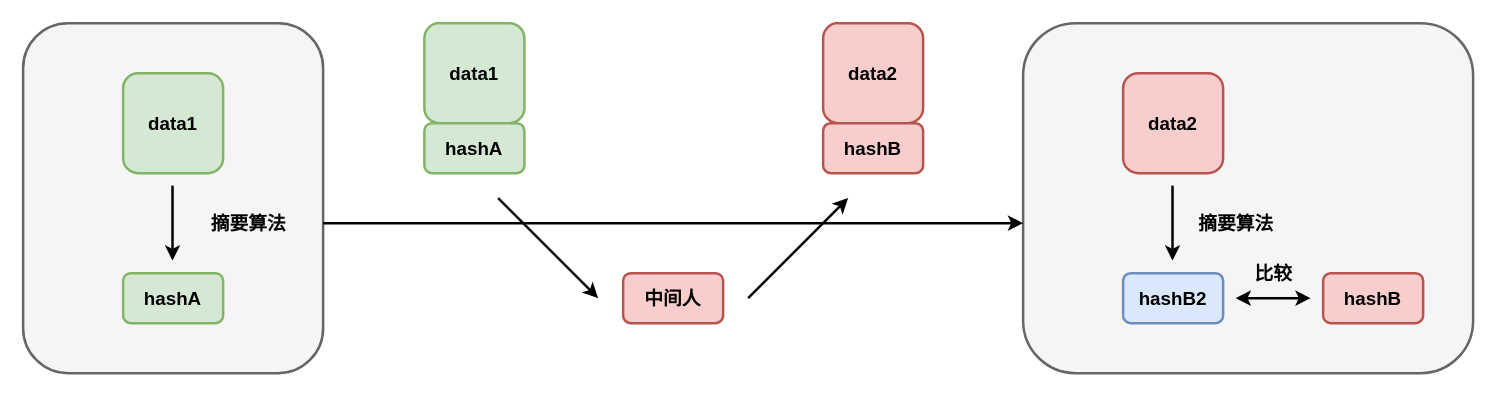
The draw.io diagram net/security-1.drawio in donscoco/diagrams, before the edit. Source tidied: cells renumbered, new cells numbered last; positions are measured from the earlier drawing's top-left corner, leaving out a move shared by most shapes. Both pictures are drawn from the tidied source at 125%, with x=0, y=0 at pixel (22, 22).
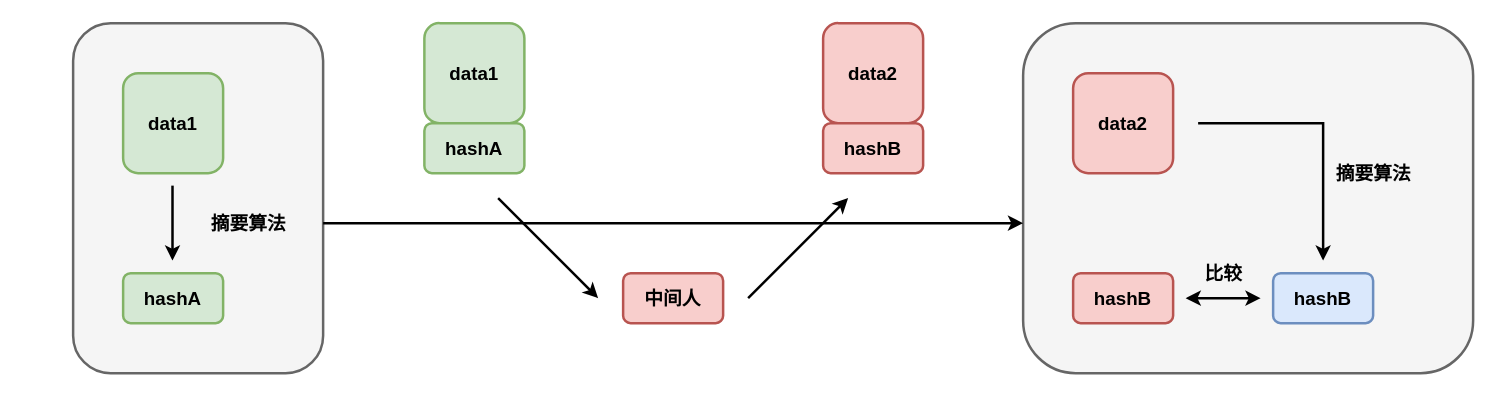
The same diagram, later.

Diff of the diagram source:
```diff
@@
     <mxCell id="3" style="rounded=1;whiteSpace=wrap;html=1;strokeWidth=2;fillWeight=4;hachureGap=8;hachureAngle=45;fillColor=#f5f5f5;strokeColor=#666666;fontSize=15;fontStyle=1;fontColor=#333333;" parent="1" vertex="1">
-      <mxGeometry width="240" height="280" as="geometry" />
+      <mxGeometry x="40" width="200" height="280" as="geometry" />
     </mxCell>
@@
     <mxCell id="9" value="data2" style="rounded=1;whiteSpace=wrap;html=1;strokeWidth=2;fillWeight=4;hachureGap=8;hachureAngle=45;fillColor=#f8cecc;strokeColor=#b85450;fontSize=15;fontStyle=1;" parent="1" vertex="1">
-      <mxGeometry x="880" y="40" width="80" height="80" as="geometry" />
+      <mxGeometry x="840" y="40" width="80" height="80" as="geometry" />
     </mxCell>
-    <mxCell id="10" value="hashB2" style="rounded=1;whiteSpace=wrap;html=1;strokeWidth=2;fillWeight=4;hachureGap=8;hachureAngle=45;fillColor=#dae8fc;strokeColor=#6c8ebf;fontSize=15;fontStyle=1;" parent="1" vertex="1">
-      <mxGeometry x="880" y="200" width="80" height="40" as="geometry" />
+    <mxCell id="10" value="hashB" style="rounded=1;whiteSpace=wrap;html=1;strokeWidth=2;fillWeight=4;hachureGap=8;hachureAngle=45;fillColor=#f8cecc;strokeColor=#b85450;fontSize=15;fontStyle=1;" parent="1" vertex="1">
+      <mxGeometry x="840" y="200" width="80" height="40" as="geometry" />
     </mxCell>
     <mxCell id="11" style="endArrow=classic;html=1;rounded=0;strokeWidth=2;" parent="1" edge="1">
       <mxGeometry relative="1" as="geometry">
-        <mxPoint x="919.5" y="130" as="sourcePoint" />
-        <mxPoint x="919.5" y="190" as="targetPoint" />
+        <mxPoint x="940" y="80" as="sourcePoint" />
+        <mxPoint x="1040" y="190" as="targetPoint" />
+        <Array as="points">
+          <mxPoint x="1040" y="80" />
+        </Array>
       </mxGeometry>
     </mxCell>
     <mxCell id="12" value="摘要算法" style="text;strokeColor=none;fillColor=none;html=1;fontSize=15;fontStyle=1;verticalAlign=middle;align=center;rounded=1;" parent="1" vertex="1">
-      <mxGeometry x="930" y="140" width="80" height="40" as="geometry" />
+      <mxGeometry x="1040" y="100" width="80" height="40" as="geometry" />
     </mxCell>
@@
-    <mxCell id="20" value="hashB" style="rounded=1;whiteSpace=wrap;html=1;strokeWidth=2;fillWeight=4;hachureGap=8;hachureAngle=45;fillColor=#f8cecc;strokeColor=#b85450;fontSize=15;fontStyle=1;" parent="1" vertex="1">
-      <mxGeometry x="1040" y="200" width="80" height="40" as="geometry" />
+    <mxCell id="20" value="hashB" style="rounded=1;whiteSpace=wrap;html=1;strokeWidth=2;fillWeight=4;hachureGap=8;hachureAngle=45;fillColor=#dae8fc;strokeColor=#6c8ebf;fontSize=15;fontStyle=1;" parent="1" vertex="1">
+      <mxGeometry x="1000" y="200" width="80" height="40" as="geometry" />
     </mxCell>
     <mxCell id="21" style="endArrow=classic;startArrow=classic;html=1;rounded=0;strokeWidth=2;fontSize=15;" parent="1" edge="1">
       <mxGeometry relative="1" as="geometry">
-        <mxPoint x="970" y="220" as="sourcePoint" />
-        <mxPoint x="1030" y="220" as="targetPoint" />
+        <mxPoint x="930" y="220" as="sourcePoint" />
+        <mxPoint x="990" y="220" as="targetPoint" />
       </mxGeometry>
     </mxCell>
     <mxCell id="22" value="比较" style="text;strokeColor=none;fillColor=none;html=1;fontSize=15;fontStyle=1;verticalAlign=middle;align=center;rounded=1;" parent="1" vertex="1">
-      <mxGeometry x="980" y="180" width="40" height="40" as="geometry" />
+      <mxGeometry x="940" y="180" width="40" height="40" as="geometry" />
     </mxCell>
```
